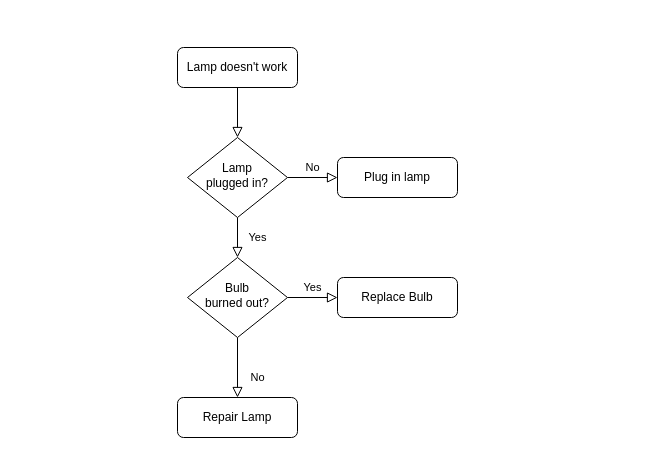
Earlier version of the draw.io diagram Untitled Diagram.drawio (CAP-JJ/objectDetectionProject). Source tidied: cells renumbered, new cells numbered last; positions are measured from the earlier drawing's top-left corner, leaving out a move shared by most shapes. Both pictures are drawn from the tidied source at 100%, with x=0, y=0 at pixel (177, 47).
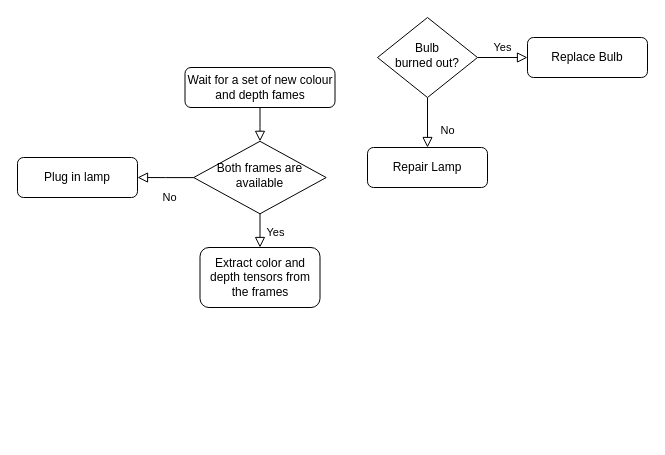
After the change.

Change to the diagram source:
```diff
@@
 <mxGraphModel>
   <root>
     <mxCell id="0" />
     <mxCell id="1" parent="0" />
     <mxCell id="2" style="rounded=0;html=1;jettySize=auto;fontSize=11;endArrow=block;endFill=0;endSize=8;strokeWidth=1;shadow=0;labelBackgroundColor=none;edgeStyle=orthogonalEdgeStyle;" parent="1" edge="1" source="3" target="6">
       <mxGeometry relative="1" as="geometry" />
     </mxCell>
-    <mxCell id="3" value="Lamp doesn't work" style="rounded=1;whiteSpace=wrap;html=1;fontSize=12;glass=0;strokeWidth=1;shadow=0;" parent="1" vertex="1">
-      <mxGeometry width="120" height="40" as="geometry" />
+    <mxCell id="3" value="Wait for a set of new colour and depth fames" style="rounded=1;whiteSpace=wrap;html=1;fontSize=12;glass=0;strokeWidth=1;shadow=0;" parent="1" vertex="1">
+      <mxGeometry x="7.5" y="20" width="150" height="40" as="geometry" />
     </mxCell>
-    <mxCell id="4" value="Yes" style="rounded=0;html=1;jettySize=auto;fontSize=11;endArrow=block;endFill=0;endSize=8;strokeWidth=1;shadow=0;labelBackgroundColor=none;edgeStyle=orthogonalEdgeStyle;" parent="1" edge="1" source="6" target="10">
-      <mxGeometry y="20" relative="1" as="geometry" />
+    <mxCell id="4" value="Yes" style="rounded=0;html=1;jettySize=auto;fontSize=11;endArrow=block;endFill=0;endSize=8;strokeWidth=1;shadow=0;labelBackgroundColor=none;edgeStyle=orthogonalEdgeStyle;entryX=0.5;entryY=0;entryDx=0;entryDy=0;" parent="1" edge="1" source="6" target="13">
+      <mxGeometry x="0.14" y="15" relative="1" as="geometry" />
     </mxCell>
     <mxCell id="5" value="No" style="edgeStyle=orthogonalEdgeStyle;rounded=0;html=1;jettySize=auto;fontSize=11;endArrow=block;endFill=0;endSize=8;strokeWidth=1;shadow=0;labelBackgroundColor=none;" parent="1" edge="1" source="6" target="7">
-      <mxGeometry y="10" relative="1" as="geometry" />
+      <mxGeometry x="-0.14" y="20" relative="1" as="geometry" />
     </mxCell>
-    <mxCell id="6" value="Lamp&lt;br&gt;plugged in?" style="rhombus;whiteSpace=wrap;html=1;shadow=0;fontFamily=Helvetica;fontSize=12;align=center;strokeWidth=1;spacing=6;spacingTop=-4;" parent="1" vertex="1">
-      <mxGeometry x="10" y="90" width="100" height="80" as="geometry" />
+    <mxCell id="6" value="Both frames are available" style="rhombus;whiteSpace=wrap;html=1;shadow=0;fontFamily=Helvetica;fontSize=12;align=center;strokeWidth=1;spacing=6;spacingTop=-4;" parent="1" vertex="1">
+      <mxGeometry x="16.2" y="93.8" width="132.5" height="72.5" as="geometry" />
     </mxCell>
     <mxCell id="7" value="Plug in lamp" style="rounded=1;whiteSpace=wrap;html=1;fontSize=12;glass=0;strokeWidth=1;shadow=0;" parent="1" vertex="1">
-      <mxGeometry x="160" y="110" width="120" height="40" as="geometry" />
+      <mxGeometry x="-160" y="110" width="120" height="40" as="geometry" />
     </mxCell>
     <mxCell id="8" value="No" style="rounded=0;html=1;jettySize=auto;fontSize=11;endArrow=block;endFill=0;endSize=8;strokeWidth=1;shadow=0;labelBackgroundColor=none;edgeStyle=orthogonalEdgeStyle;" parent="1" edge="1" source="10" target="11">
       <mxGeometry x="0.33" y="20" relative="1" as="geometry" />
     </mxCell>
     <mxCell id="9" value="Yes" style="edgeStyle=orthogonalEdgeStyle;rounded=0;html=1;jettySize=auto;fontSize=11;endArrow=block;endFill=0;endSize=8;strokeWidth=1;shadow=0;labelBackgroundColor=none;" parent="1" edge="1" source="10" target="12">
       <mxGeometry y="10" relative="1" as="geometry" />
     </mxCell>
     <mxCell id="10" value="Bulb&lt;br&gt;burned out?" style="rhombus;whiteSpace=wrap;html=1;shadow=0;fontFamily=Helvetica;fontSize=12;align=center;strokeWidth=1;spacing=6;spacingTop=-4;" parent="1" vertex="1">
-      <mxGeometry x="10" y="210" width="100" height="80" as="geometry" />
+      <mxGeometry x="200" y="-30" width="100" height="80" as="geometry" />
     </mxCell>
     <mxCell id="11" value="Repair Lamp" style="rounded=1;whiteSpace=wrap;html=1;fontSize=12;glass=0;strokeWidth=1;shadow=0;" parent="1" vertex="1">
-      <mxGeometry y="350" width="120" height="40" as="geometry" />
+      <mxGeometry x="190" y="100" width="120" height="40" as="geometry" />
     </mxCell>
     <mxCell id="12" value="Replace Bulb" style="rounded=1;whiteSpace=wrap;html=1;fontSize=12;glass=0;strokeWidth=1;shadow=0;" parent="1" vertex="1">
-      <mxGeometry x="160" y="230" width="120" height="40" as="geometry" />
+      <mxGeometry x="350" y="-10" width="120" height="40" as="geometry" />
     </mxCell>
+    <mxCell id="13" value="Extract color and depth tensors from the frames" style="rounded=1;whiteSpace=wrap;html=1;" parent="1" vertex="1">
+      <mxGeometry x="22.5" y="200" width="120" height="60" as="geometry" />
+    </mxCell>
   </root>
 </mxGraphModel>
```
